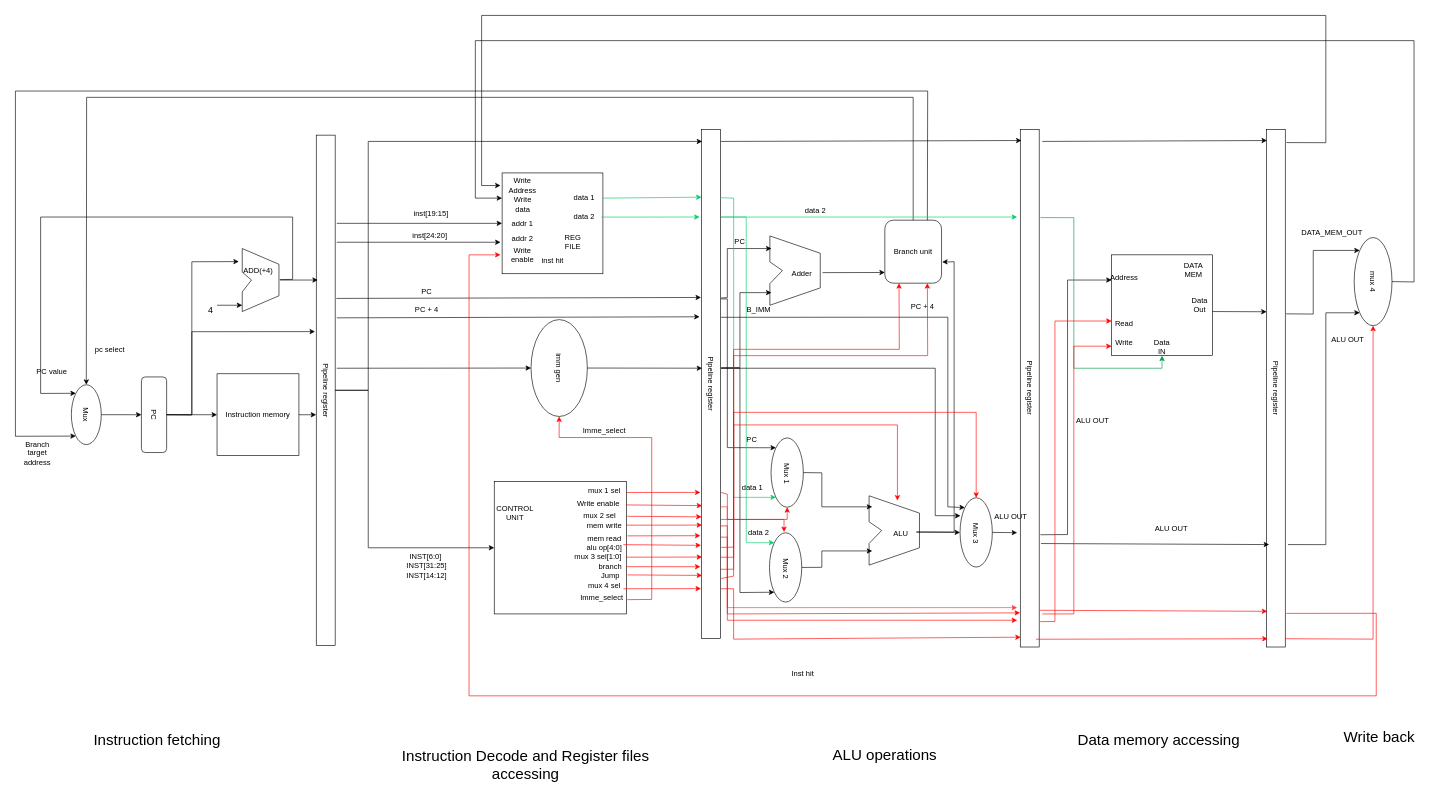
The draw.io diagram Datapath/Datapath.drawio in HirushaUthsara/e18-co502-RV32IM-Pipeline-Implementation-Group-06-, before the edit. Source tidied: cells renumbered, new cells numbered last; positions are measured from the earlier drawing's top-left corner, leaving out a move shared by most shapes. Both pictures are drawn from the tidied source at 63%, with x=0, y=0 at pixel (15, 15).
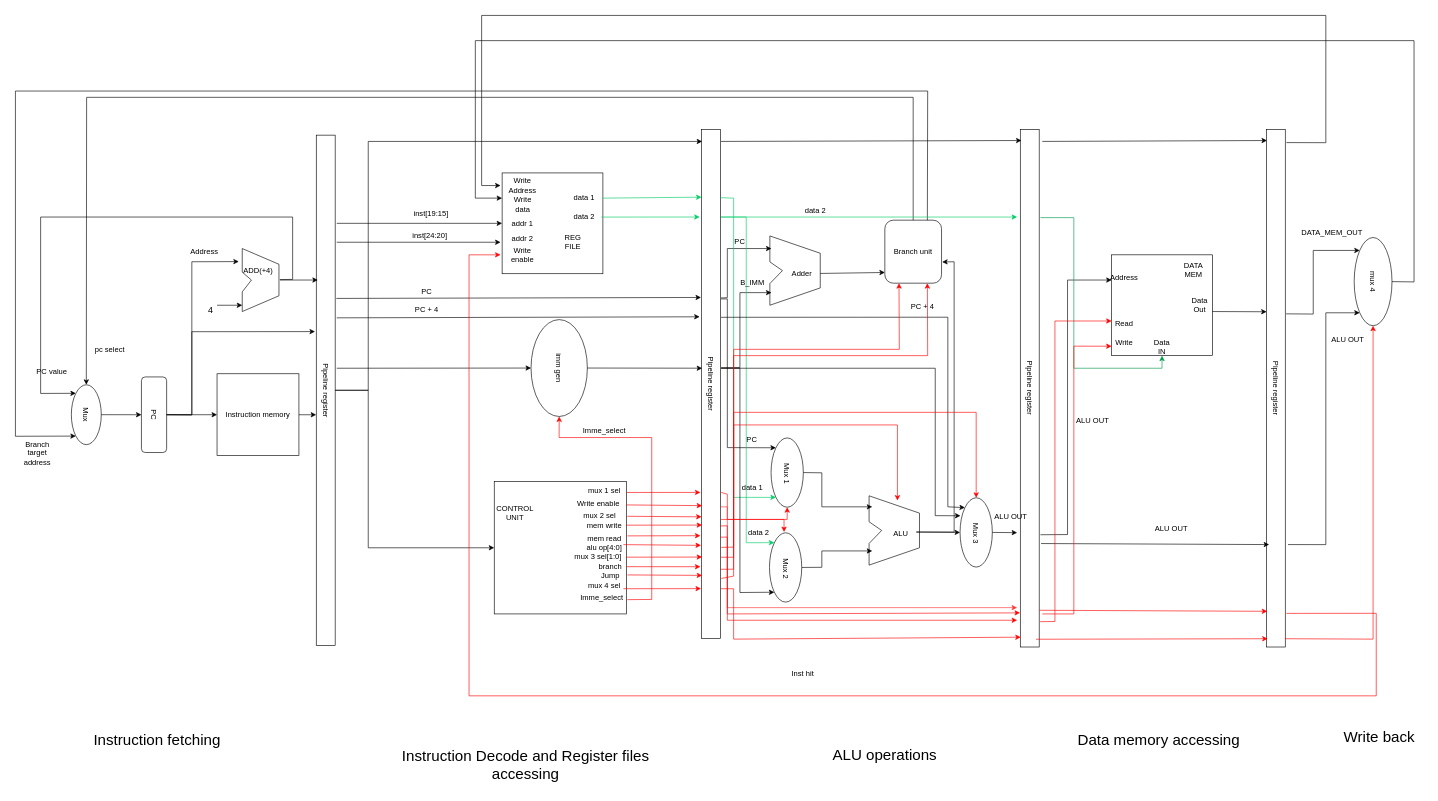
The same diagram, later.

Unchanged cells that the change refers to:
```xml
<mxCell id="39" value="Adder" style="text;html=1;align=center;verticalAlign=middle;points=[];strokeColor=none;" parent="31" vertex="1">
  <mxGeometry x="20" y="45" width="60" height="30" as="geometry" />
</mxCell>
```

Change to the diagram source:
```diff
@@
-    <mxCell id="24" value="inst hit" style="text;html=1;strokeColor=none;fillColor=none;align=center;verticalAlign=middle;whiteSpace=wrap;rounded=0;" parent="1" vertex="1">
-      <mxGeometry x="832.5" y="380" width="40" height="20" as="geometry" />
-    </mxCell>
@@
     <mxCell id="105" value="B_IMM" style="text;html=1;strokeColor=none;fillColor=none;align=center;verticalAlign=middle;whiteSpace=wrap;rounded=0;" parent="1" vertex="1">
-      <mxGeometry x="1150" y="452.5" width="60" height="30" as="geometry" />
+      <mxGeometry x="1140" y="410" width="60" height="30" as="geometry" />
     </mxCell>
-    <mxCell id="106" style="endArrow=classic;html=1;rounded=0;exitX=1.059;exitY=0.442;exitDx=0;exitDy=0;exitPerimeter=0;" parent="1" edge="1" source="39">
+    <mxCell id="106" style="endArrow=classic;html=1;rounded=0;" parent="1" edge="1" source="39">
       <mxGeometry relative="1" as="geometry">
         <mxPoint x="1380" y="408" as="targetPoint" />
       </mxGeometry>
     </mxCell>
@@
-    <mxCell id="160" value="INST[6:0]&amp;nbsp;&lt;br&gt;INST[31:25]&lt;br&gt;INST[14:12]" style="text;html=1;strokeColor=none;fillColor=none;align=center;verticalAlign=middle;whiteSpace=wrap;rounded=0;" parent="1" vertex="1">
-      <mxGeometry x="617.5" y="846.2" width="70" height="55" as="geometry" />
-    </mxCell>
@@
+    <mxCell id="173" value="Address" style="text;html=1;strokeColor=none;fillColor=none;align=center;verticalAlign=middle;whiteSpace=wrap;rounded=0;" parent="1" vertex="1">
+      <mxGeometry x="270" y="360" width="60" height="30" as="geometry" />
+    </mxCell>
```
